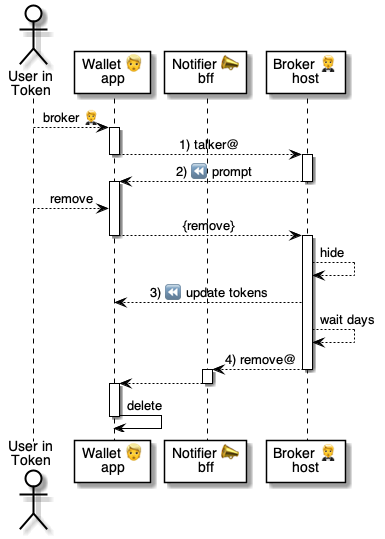
Earlier version of the PlantUML export 5 ⏩ Flows/02 🧑‍🦰👉 Wallets/40 👉🎫 Tokens/.📎 Assets/⚙️ Remove.png (pollyweb-org/pollyweb-docs). Its source is kept beside it as 5 ⏩ Flows/02 🧑‍🦰👉 Wallets/40 👉🎫 Tokens/.📎 Assets/⚙️ Remove.puml. The source it was exported from:
```plantuml
@startuml Revoke





actor "User in\nToken" as user
participant "Wallet 👱\napp" as wallet
participant "Notifier 📣\nbff" as notifier
participant "Broker 🤵\nhost" as broker


user --> wallet: broker 🤵

activate wallet
    wallet --> broker: 1) talker@
deactivate wallet
activate broker
    broker --> wallet: 2) ⏪ prompt
deactivate broker

activate wallet
    user --> wallet: remove
    wallet --> broker: {remove}
deactivate wallet

activate broker
    broker --> broker: hide
    broker --> wallet: 3) ⏪ update tokens
    broker --> broker: wait days
    broker --> notifier: 4) remove@
deactivate broker

activate notifier
    notifier --> wallet:
deactivate notifier

activate wallet
    wallet -> wallet: delete
deactivate wallet


@enduml
```
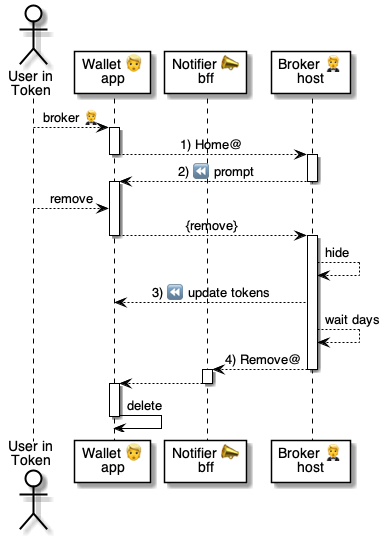
The same file after the commit.

The edit, as a diff of the source:
```diff
@@ -13,7 +13,7 @@
 user --> wallet: broker 🤵
 
 activate wallet
-    wallet --> broker: 1) talker@
+    wallet --> broker: 1) Home@
 deactivate wallet
 activate broker
     broker --> wallet: 2) ⏪ prompt
@@ -28,7 +28,7 @@
     broker --> broker: hide
     broker --> wallet: 3) ⏪ update tokens
     broker --> broker: wait days
-    broker --> notifier: 4) remove@
+    broker --> notifier: 4) Remove@
 deactivate broker
 
 activate notifier
```
